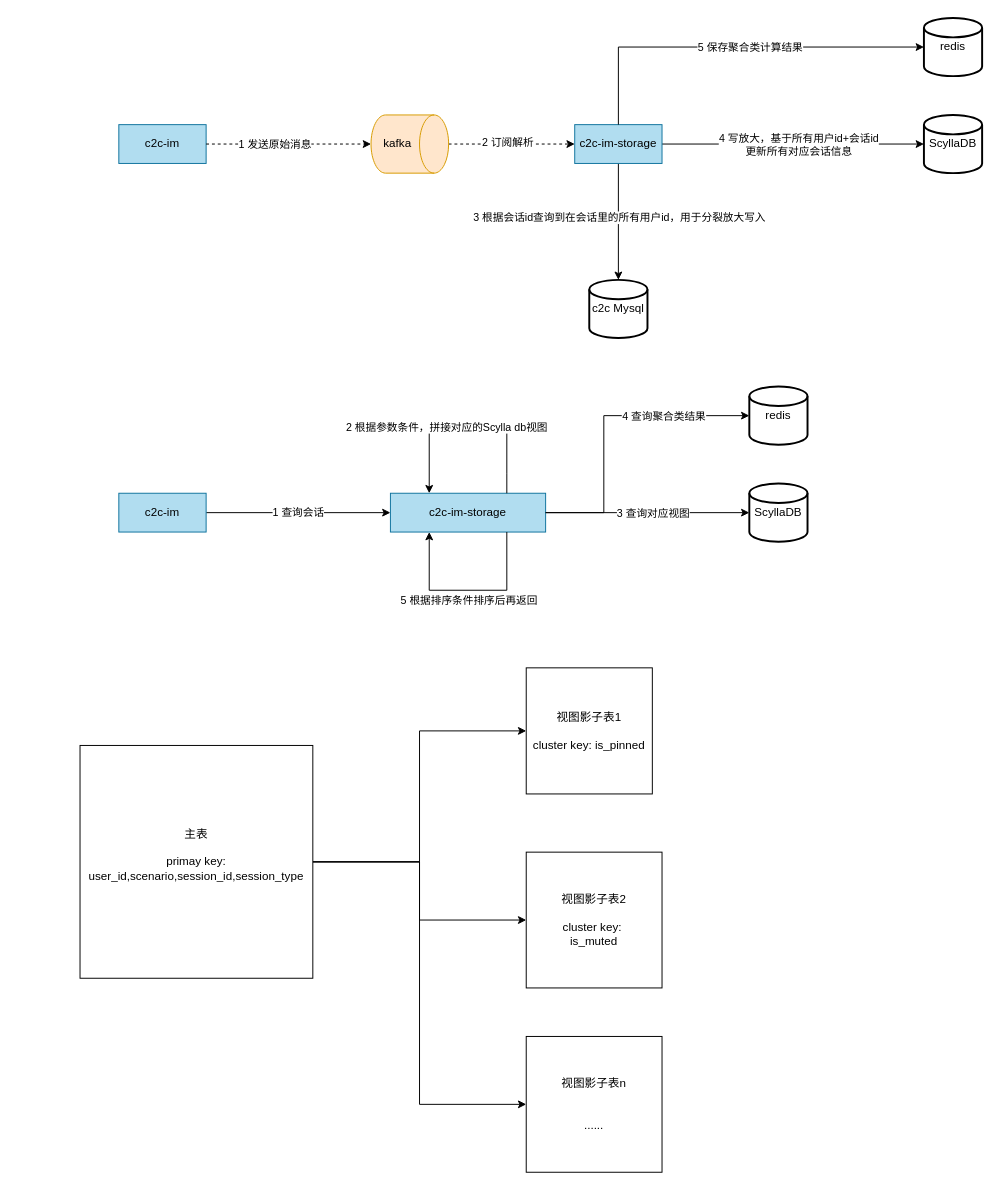
Earlier version of the draw.io diagram doc/c2c-message.drawio (jackjoesh/databend). Source tidied: cells renumbered, new cells numbered last; positions are measured from the earlier drawing's top-left corner, leaving out a move shared by most shapes. Both pictures are drawn from the tidied source at 97%, with x=0, y=0 at pixel (80, 17).
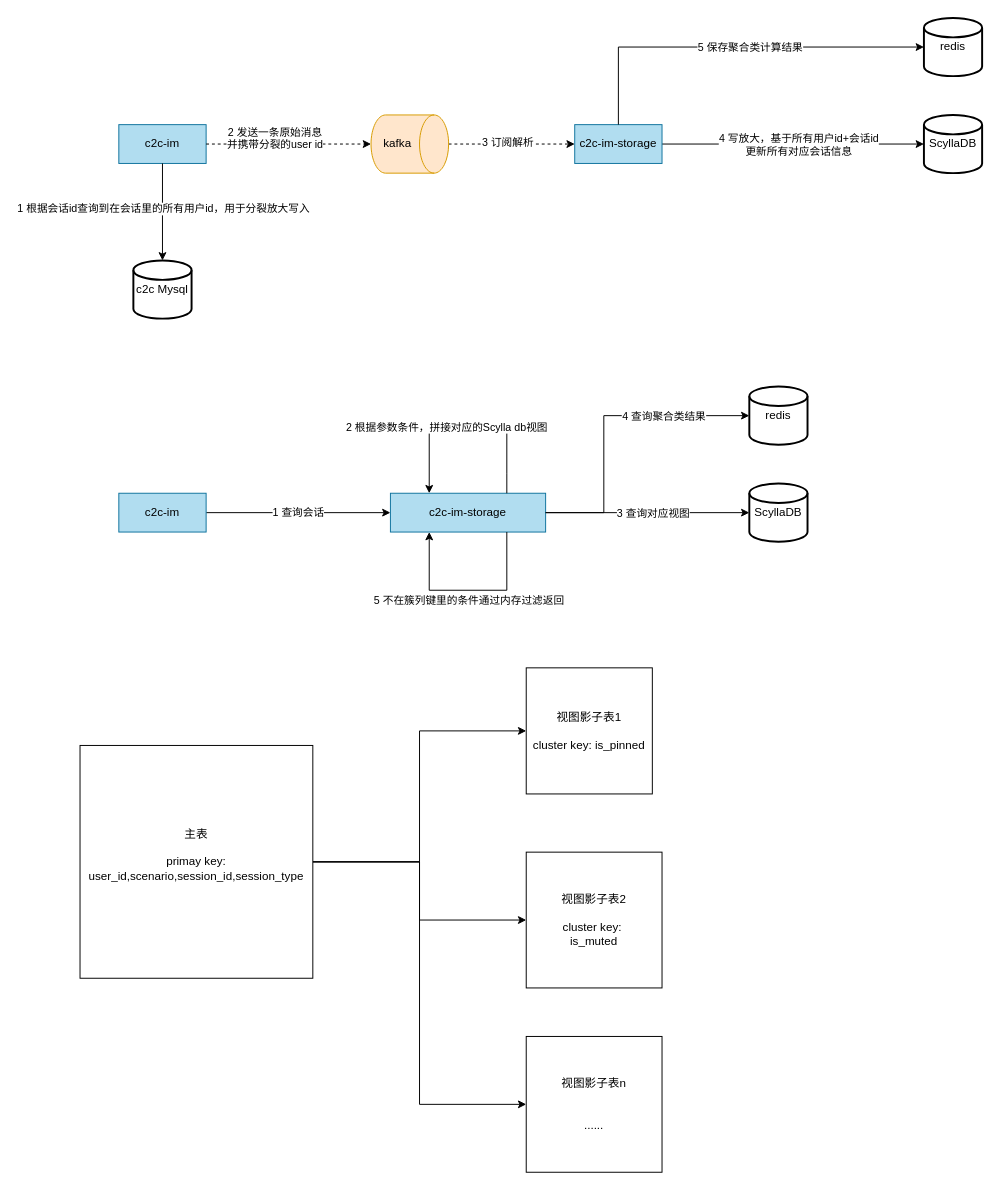
After the change.

The change refers to these unchanged cells:
```xml
<mxCell id="2" style="edgeStyle=orthogonalEdgeStyle;rounded=0;jettySize=auto;html=1;exitX=0.5;exitY=0;exitDx=0;exitDy=0;exitPerimeter=0;entryX=0;entryY=0.5;entryDx=0;entryDy=0;dashed=1;" parent="1" edge="1" source="4" target="10">
  <mxGeometry relative="1" as="geometry" />
</mxCell>
<mxCell id="5" value="c2c-im" style="rounded=0;whiteSpace=wrap;html=1;fillColor=#b1ddf0;strokeColor=#10739e;" parent="1" vertex="1">
  <mxGeometry x="40" y="110" width="90" height="40" as="geometry" />
</mxCell>
<mxCell id="10" value="c2c-im-storage" style="rounded=0;whiteSpace=wrap;html=1;fillColor=#b1ddf0;strokeColor=#10739e;" parent="1" vertex="1">
  <mxGeometry x="510" y="110" width="90" height="40" as="geometry" />
</mxCell>
<mxCell id="13" style="edgeStyle=orthogonalEdgeStyle;rounded=0;jettySize=auto;html=1;exitX=1;exitY=0.5;exitDx=0;exitDy=0;entryX=0.5;entryY=1;entryDx=0;entryDy=0;entryPerimeter=0;dashed=1;" parent="1" edge="1" source="5" target="4">
  <mxGeometry relative="1" as="geometry" />
</mxCell>
<mxCell id="23" style="edgeStyle=orthogonalEdgeStyle;rounded=0;orthogonalLoop=1;jettySize=auto;html=1;exitX=0.75;exitY=1;exitDx=0;exitDy=0;entryX=0.25;entryY=1;entryDx=0;entryDy=0;" parent="1" edge="1" source="17" target="17">
  <mxGeometry relative="1" as="geometry">
    <Array as="points">
      <mxPoint x="440" y="590" />
      <mxPoint x="360" y="590" />
    </Array>
  </mxGeometry>
</mxCell>
```

Diff of the diagram source:
```diff
@@
-    <mxCell id="3" value="2 订阅解析" style="edgeLabel;html=1;align=center;verticalAlign=middle;" parent="2" vertex="1">
+    <mxCell id="3" value="3 订阅解析" style="edgeLabel;html=1;align=center;verticalAlign=middle;" parent="2" vertex="1">
       <mxGeometry x="-0.4" y="3" relative="1" as="geometry">
         <mxPoint x="21" as="offset" />
       </mxGeometry>
     </mxCell>
@@
-    <mxCell id="6" style="edgeStyle=orthogonalEdgeStyle;rounded=0;jettySize=auto;html=1;exitX=0.5;exitY=1;exitDx=0;exitDy=0;" parent="1" edge="1" source="10" target="12">
+    <mxCell id="6" style="edgeStyle=orthogonalEdgeStyle;rounded=0;jettySize=auto;html=1;exitX=0.5;exitY=1;exitDx=0;exitDy=0;" parent="1" edge="1" source="5" target="12">
       <mxGeometry relative="1" as="geometry" />
     </mxCell>
-    <mxCell id="7" value="3 根据会话id查询到在会话里的所有用户id，用于分裂放大写入" style="edgeLabel;html=1;align=center;verticalAlign=middle;" parent="6" vertex="1">
+    <mxCell id="7" value="1 根据会话id查询到在会话里的所有用户id，用于分裂放大写入" style="edgeLabel;html=1;align=center;verticalAlign=middle;" parent="6" vertex="1">
       <mxGeometry x="-0.08" relative="1" as="geometry" />
     </mxCell>
@@
     <mxCell id="12" value="c2c Mysql" style="strokeWidth=2;html=1;shape=mxgraph.flowchart.database;whiteSpace=wrap;" parent="1" vertex="1">
-      <mxGeometry x="525" y="270" width="60" height="60" as="geometry" />
+      <mxGeometry x="55" y="250" width="60" height="60" as="geometry" />
     </mxCell>
@@
-    <mxCell id="14" value="1 发送原始消息" style="edgeLabel;html=1;align=center;verticalAlign=middle;" parent="13" vertex="1">
+    <mxCell id="14" value="2 发送一条原始消息&lt;div&gt;并携带分裂的user id&lt;br&gt;&lt;div&gt;&lt;br&gt;&lt;/div&gt;&lt;/div&gt;" style="edgeLabel;html=1;align=center;verticalAlign=middle;" parent="13" vertex="1">
       <mxGeometry x="-0.47" y="-1" relative="1" as="geometry">
         <mxPoint x="25" y="-1" as="offset" />
       </mxGeometry>
     </mxCell>
@@
-    <mxCell id="24" value="5 根据排序条件排序后再返回" style="edgeLabel;html=1;align=center;verticalAlign=middle;" parent="23" vertex="1">
+    <mxCell id="24" value="5 不在簇列键里的条件通过内存过滤返回" style="edgeLabel;html=1;align=center;verticalAlign=middle;" parent="23" vertex="1">
       <mxGeometry x="0.1" y="-1" relative="1" as="geometry">
         <mxPoint x="10" y="11" as="offset" />
       </mxGeometry>
     </mxCell>
```
